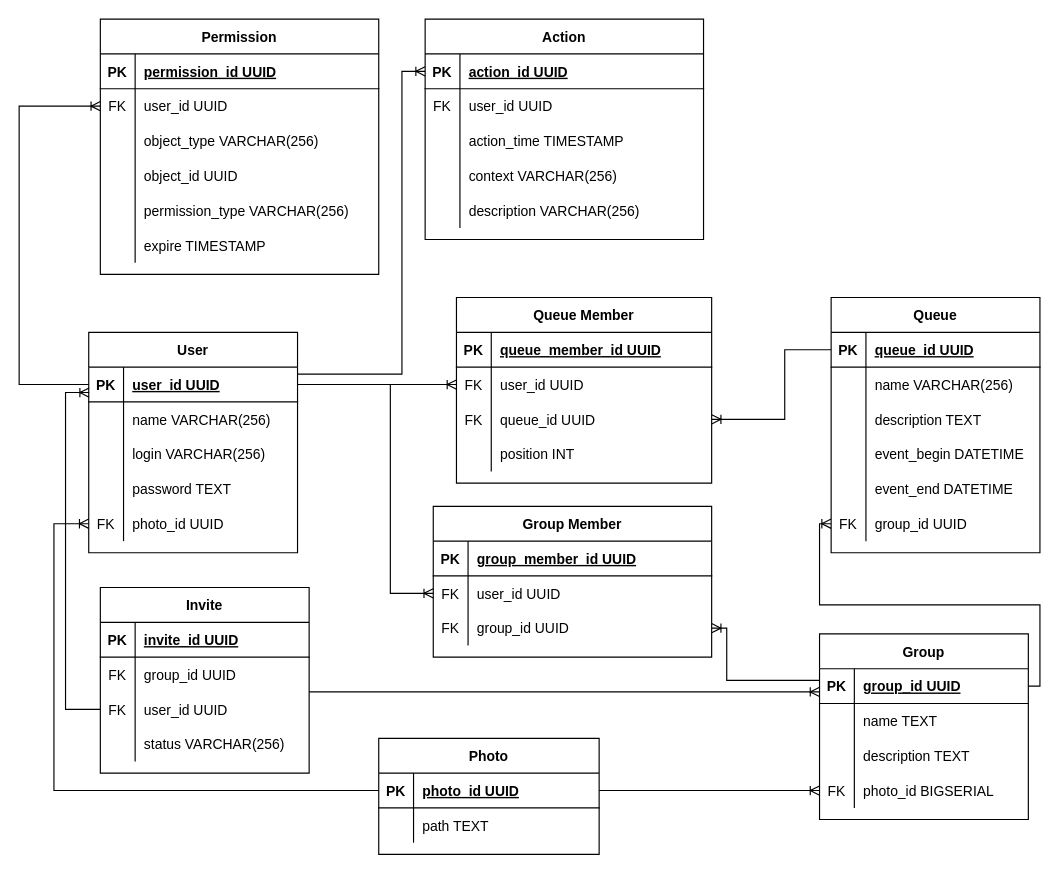
Above: spring/docs/diagrams/quendless_db.drawio in toiepp/quendless (draw.io), before the change. Source tidied: cells renumbered, new cells numbered last; positions are measured from the earlier drawing's top-left corner, leaving out a move shared by most shapes. Both pictures are drawn from the tidied source at 116%, with x=0, y=0 at pixel (19, 19).
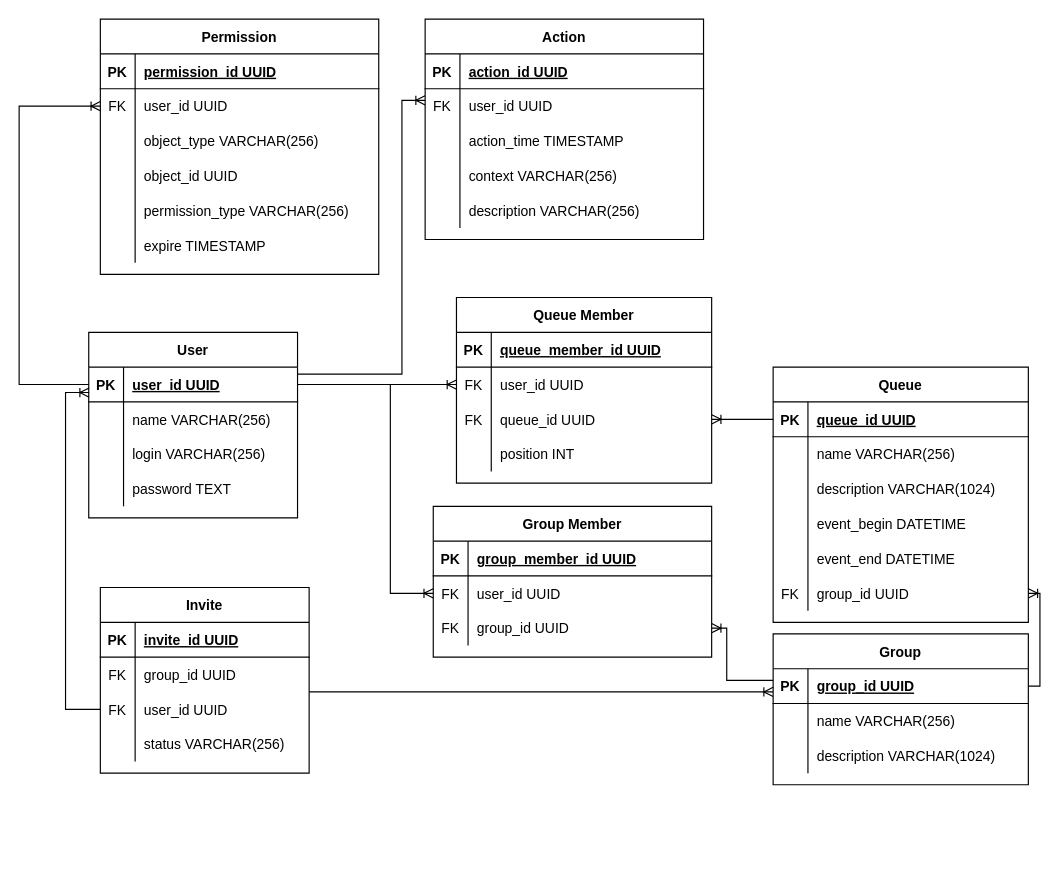
The same diagram, later.

Commit message (it also covers changes not shown here):
Выпилены Admin и Photo. Начало ревизии контроллеров

The change refers to these unchanged cells:
```xml
<mxCell id="3" style="shape=tableRow;horizontal=0;startSize=0;swimlaneHead=0;swimlaneBody=0;fillColor=none;points=[[0,0.5],[1,0.5]];portConstraint=eastwest;top=0;left=0;right=0;bottom=1;" parent="2" vertex="1">
  <mxGeometry y="30" width="180" height="30" as="geometry" />
</mxCell>
<mxCell id="67" style="shape=tableRow;horizontal=0;startSize=0;swimlaneHead=0;swimlaneBody=0;fillColor=none;points=[[0,0.5],[1,0.5]];portConstraint=eastwest;top=0;left=0;right=0;bottom=0;" parent="60" vertex="1">
  <mxGeometry y="90" width="220" height="30" as="geometry" />
</mxCell>
<mxCell id="123" style="shape=tableRow;horizontal=0;startSize=0;swimlaneHead=0;swimlaneBody=0;fillColor=none;points=[[0,0.5],[1,0.5]];portConstraint=eastwest;top=0;left=0;right=0;bottom=1;" parent="122" vertex="1">
  <mxGeometry y="30" width="240" height="30" as="geometry" />
</mxCell>
<mxCell id="126" style="shape=tableRow;horizontal=0;startSize=0;swimlaneHead=0;swimlaneBody=0;fillColor=none;points=[[0,0.5],[1,0.5]];portConstraint=eastwest;top=0;left=0;right=0;bottom=0;" parent="122" vertex="1">
  <mxGeometry y="60" width="240" height="30" as="geometry" />
</mxCell>
```

What changed in the source:
```diff
@@
     <mxCell id="2" value="User" style="shape=table;startSize=30;childLayout=tableLayout;rowLines=0;fontStyle=1;align=center;" parent="1" vertex="1">
-      <mxGeometry x="60" y="270" width="180" height="190" as="geometry" />
+      <mxGeometry x="60" y="270" width="180" height="160" as="geometry" />
     </mxCell>
@@
-    <mxCell id="15" style="shape=tableRow;horizontal=0;startSize=0;swimlaneHead=0;swimlaneBody=0;fillColor=none;points=[[0,0.5],[1,0.5]];portConstraint=eastwest;top=0;left=0;right=0;bottom=0;" parent="2" vertex="1">
-      <mxGeometry y="150" width="180" height="30" as="geometry" />
-    </mxCell>
-    <mxCell id="16" value="FK" style="shape=partialRectangle;fillColor=none;top=0;left=0;bottom=0;right=0;overflow=hidden;" parent="15" vertex="1">
-      <mxGeometry width="30" height="30" as="geometry" />
-    </mxCell>
-    <mxCell id="17" value="photo_id UUID" style="shape=partialRectangle;fillColor=none;top=0;left=0;bottom=0;right=0;align=left;spacingLeft=6;overflow=hidden;" parent="15" vertex="1">
-      <mxGeometry x="30" width="150" height="30" as="geometry" />
-    </mxCell>
     <mxCell id="18" value="Group" style="shape=table;startSize=30;childLayout=tableLayout;rowLines=0;fontStyle=1;align=center;" parent="1" vertex="1">
-      <mxGeometry x="690" y="530" width="180" height="160" as="geometry" />
+      <mxGeometry x="650" y="530" width="220" height="130" as="geometry" />
     </mxCell>
     <mxCell id="19" style="shape=tableRow;horizontal=0;startSize=0;swimlaneHead=0;swimlaneBody=0;fillColor=none;points=[[0,0.5],[1,0.5]];portConstraint=eastwest;top=0;left=0;right=0;bottom=1;" parent="18" vertex="1">
-      <mxGeometry y="30" width="180" height="30" as="geometry" />
+      <mxGeometry y="30" width="220" height="30" as="geometry" />
     </mxCell>
@@
     <mxCell id="21" value="group_id UUID" style="shape=partialRectangle;fillColor=none;top=0;left=0;bottom=0;right=0;align=left;spacingLeft=6;fontStyle=5;overflow=hidden;" parent="19" vertex="1">
-      <mxGeometry x="30" width="150" height="30" as="geometry" />
+      <mxGeometry x="30" width="190" height="30" as="geometry" />
     </mxCell>
     <mxCell id="22" style="shape=tableRow;horizontal=0;startSize=0;swimlaneHead=0;swimlaneBody=0;fillColor=none;top=0;left=0;right=0;bottom=0;" parent="18" vertex="1">
-      <mxGeometry y="60" width="180" height="30" as="geometry" />
+      <mxGeometry y="60" width="220" height="30" as="geometry" />
     </mxCell>
@@
-    <mxCell id="24" value="name TEXT" style="shape=partialRectangle;fillColor=none;top=0;left=0;bottom=0;right=0;align=left;spacingLeft=6;overflow=hidden;" parent="22" vertex="1">
-      <mxGeometry x="30" width="150" height="30" as="geometry" />
+    <mxCell id="24" value="name VARCHAR(256)" style="shape=partialRectangle;fillColor=none;top=0;left=0;bottom=0;right=0;align=left;spacingLeft=6;overflow=hidden;" parent="22" vertex="1">
+      <mxGeometry x="30" width="190" height="30" as="geometry" />
     </mxCell>
     <mxCell id="25" style="shape=tableRow;horizontal=0;startSize=0;swimlaneHead=0;swimlaneBody=0;fillColor=none;top=0;left=0;right=0;bottom=0;" parent="18" vertex="1">
-      <mxGeometry y="90" width="180" height="30" as="geometry" />
+      <mxGeometry y="90" width="220" height="30" as="geometry" />
     </mxCell>
@@
-    <mxCell id="27" value="description TEXT" style="shape=partialRectangle;fillColor=none;top=0;left=0;bottom=0;right=0;align=left;spacingLeft=6;overflow=hidden;" parent="25" vertex="1">
-      <mxGeometry x="30" width="150" height="30" as="geometry" />
+    <mxCell id="27" value="description VARCHAR(1024)" style="shape=partialRectangle;fillColor=none;top=0;left=0;bottom=0;right=0;align=left;spacingLeft=6;overflow=hidden;" parent="25" vertex="1">
+      <mxGeometry x="30" width="190" height="30" as="geometry" />
     </mxCell>
-    <mxCell id="28" style="shape=tableRow;horizontal=0;startSize=0;swimlaneHead=0;swimlaneBody=0;fillColor=none;points=[[0,0.5],[1,0.5]];portConstraint=eastwest;top=0;left=0;right=0;bottom=0;" parent="18" vertex="1">
-      <mxGeometry y="120" width="180" height="30" as="geometry" />
-    </mxCell>
-    <mxCell id="29" value="FK" style="shape=partialRectangle;fillColor=none;top=0;left=0;bottom=0;right=0;overflow=hidden;" parent="28" vertex="1">
-      <mxGeometry width="30" height="30" as="geometry" />
-    </mxCell>
-    <mxCell id="30" value="photo_id BIGSERIAL" style="shape=partialRectangle;fillColor=none;top=0;left=0;bottom=0;right=0;align=left;spacingLeft=6;overflow=hidden;" parent="28" vertex="1">
-      <mxGeometry x="30" width="150" height="30" as="geometry" />
-    </mxCell>
@@
     <mxCell id="41" value="Queue" style="shape=table;startSize=30;childLayout=tableLayout;rowLines=0;fontStyle=1;align=center;" parent="1" vertex="1">
-      <mxGeometry x="700" y="240" width="180" height="220" as="geometry" />
+      <mxGeometry x="650" y="300" width="220" height="220" as="geometry" />
     </mxCell>
     <mxCell id="42" style="shape=tableRow;horizontal=0;startSize=0;swimlaneHead=0;swimlaneBody=0;fillColor=none;points=[[0,0.5],[1,0.5]];portConstraint=eastwest;top=0;left=0;right=0;bottom=1;" parent="41" vertex="1">
-      <mxGeometry y="30" width="180" height="30" as="geometry" />
+      <mxGeometry y="30" width="220" height="30" as="geometry" />
     </mxCell>
@@
     <mxCell id="44" value="queue_id UUID" style="shape=partialRectangle;fillColor=none;top=0;left=0;bottom=0;right=0;align=left;spacingLeft=6;fontStyle=5;overflow=hidden;" parent="42" vertex="1">
-      <mxGeometry x="30" width="150" height="30" as="geometry" />
+      <mxGeometry x="30" width="190" height="30" as="geometry" />
     </mxCell>
     <mxCell id="45" style="shape=tableRow;horizontal=0;startSize=0;swimlaneHead=0;swimlaneBody=0;fillColor=none;top=0;left=0;right=0;bottom=0;" parent="41" vertex="1">
-      <mxGeometry y="60" width="180" height="30" as="geometry" />
+      <mxGeometry y="60" width="220" height="30" as="geometry" />
     </mxCell>
@@
     <mxCell id="47" value="name VARCHAR(256)" style="shape=partialRectangle;fillColor=none;top=0;left=0;bottom=0;right=0;align=left;spacingLeft=6;overflow=hidden;" parent="45" vertex="1">
-      <mxGeometry x="30" width="150" height="30" as="geometry" />
+      <mxGeometry x="30" width="190" height="30" as="geometry" />
     </mxCell>
     <mxCell id="48" style="shape=tableRow;horizontal=0;startSize=0;swimlaneHead=0;swimlaneBody=0;fillColor=none;top=0;left=0;right=0;bottom=0;" parent="41" vertex="1">
-      <mxGeometry y="90" width="180" height="30" as="geometry" />
+      <mxGeometry y="90" width="220" height="30" as="geometry" />
     </mxCell>
@@
-    <mxCell id="50" value="description TEXT" style="shape=partialRectangle;fillColor=none;top=0;left=0;bottom=0;right=0;align=left;spacingLeft=6;overflow=hidden;" parent="48" vertex="1">
-      <mxGeometry x="30" width="150" height="30" as="geometry" />
+    <mxCell id="50" value="description VARCHAR(1024)" style="shape=partialRectangle;fillColor=none;top=0;left=0;bottom=0;right=0;align=left;spacingLeft=6;overflow=hidden;" parent="48" vertex="1">
+      <mxGeometry x="30" width="190" height="30" as="geometry" />
     </mxCell>
     <mxCell id="51" style="shape=tableRow;horizontal=0;startSize=0;swimlaneHead=0;swimlaneBody=0;fillColor=none;top=0;left=0;right=0;bottom=0;" parent="41" vertex="1">
-      <mxGeometry y="120" width="180" height="30" as="geometry" />
+      <mxGeometry y="120" width="220" height="30" as="geometry" />
     </mxCell>
@@
     <mxCell id="53" value="event_begin DATETIME" style="shape=partialRectangle;fillColor=none;top=0;left=0;bottom=0;right=0;align=left;spacingLeft=6;overflow=hidden;" parent="51" vertex="1">
-      <mxGeometry x="30" width="150" height="30" as="geometry" />
+      <mxGeometry x="30" width="190" height="30" as="geometry" />
     </mxCell>
     <mxCell id="54" style="shape=tableRow;horizontal=0;startSize=0;swimlaneHead=0;swimlaneBody=0;fillColor=none;top=0;left=0;right=0;bottom=0;" parent="41" vertex="1">
-      <mxGeometry y="150" width="180" height="30" as="geometry" />
+      <mxGeometry y="150" width="220" height="30" as="geometry" />
     </mxCell>
@@
     <mxCell id="56" value="event_end DATETIME" style="shape=partialRectangle;fillColor=none;top=0;left=0;bottom=0;right=0;align=left;spacingLeft=6;overflow=hidden;" parent="54" vertex="1">
-      <mxGeometry x="30" width="150" height="30" as="geometry" />
+      <mxGeometry x="30" width="190" height="30" as="geometry" />
     </mxCell>
     <mxCell id="57" style="shape=tableRow;horizontal=0;startSize=0;swimlaneHead=0;swimlaneBody=0;fillColor=none;points=[[0,0.5],[1,0.5]];portConstraint=eastwest;top=0;left=0;right=0;bottom=0;" parent="41" vertex="1">
-      <mxGeometry y="180" width="180" height="30" as="geometry" />
+      <mxGeometry y="180" width="220" height="30" as="geometry" />
     </mxCell>
@@
     <mxCell id="59" value="group_id UUID" style="shape=partialRectangle;fillColor=none;top=0;left=0;bottom=0;right=0;align=left;spacingLeft=6;overflow=hidden;" parent="57" vertex="1">
-      <mxGeometry x="30" width="150" height="30" as="geometry" />
+      <mxGeometry x="30" width="190" height="30" as="geometry" />
     </mxCell>
@@
-    <mxCell id="73" value="Photo" style="shape=table;startSize=30;childLayout=tableLayout;rowLines=0;fontStyle=1;align=center;" parent="1" vertex="1">
-      <mxGeometry x="310" y="620" width="190" height="100" as="geometry" />
-    </mxCell>
-    <mxCell id="74" style="shape=tableRow;horizontal=0;startSize=0;swimlaneHead=0;swimlaneBody=0;fillColor=none;points=[[0,0.5],[1,0.5]];portConstraint=eastwest;top=0;left=0;right=0;bottom=1;" parent="73" vertex="1">
-      <mxGeometry y="30" width="190" height="30" as="geometry" />
-    </mxCell>
-    <mxCell id="75" value="PK" style="shape=partialRectangle;fillColor=none;top=0;left=0;bottom=0;right=0;fontStyle=1;overflow=hidden;" parent="74" vertex="1">
-      <mxGeometry width="30" height="30" as="geometry" />
-    </mxCell>
-    <mxCell id="76" value="photo_id UUID" style="shape=partialRectangle;fillColor=none;top=0;left=0;bottom=0;right=0;align=left;spacingLeft=6;fontStyle=5;overflow=hidden;" parent="74" vertex="1">
-      <mxGeometry x="30" width="160" height="30" as="geometry" />
-    </mxCell>
-    <mxCell id="77" style="shape=tableRow;horizontal=0;startSize=0;swimlaneHead=0;swimlaneBody=0;fillColor=none;top=0;left=0;right=0;bottom=0;" parent="73" vertex="1">
-      <mxGeometry y="60" width="190" height="30" as="geometry" />
-    </mxCell>
-    <mxCell id="78" style="shape=partialRectangle;fillColor=none;top=0;left=0;bottom=0;right=0;overflow=hidden;" parent="77" vertex="1">
-      <mxGeometry width="30" height="30" as="geometry" />
-    </mxCell>
-    <mxCell id="79" value="path TEXT" style="shape=partialRectangle;fillColor=none;top=0;left=0;bottom=0;right=0;align=left;spacingLeft=6;overflow=hidden;" parent="77" vertex="1">
-      <mxGeometry x="30" width="160" height="30" as="geometry" />
-    </mxCell>
-    <mxCell id="80" style="edgeStyle=orthogonalEdgeStyle;fontSize=12;html=1;endArrow=ERoneToMany;startArrow=none;rounded=0;exitX=0;exitY=0.5;exitDx=0;exitDy=0;entryX=0;entryY=0.5;entryDx=0;entryDy=0;startFill=0;endFill=0;" parent="1" edge="1" source="74" target="15">
-      <mxGeometry relative="1" as="geometry">
-        <Array as="points">
-          <mxPoint x="30" y="665" />
-          <mxPoint x="30" y="435" />
-        </Array>
-      </mxGeometry>
-    </mxCell>
-    <mxCell id="81" style="edgeStyle=orthogonalEdgeStyle;fontSize=12;html=1;endArrow=none;startArrow=ERoneToMany;rounded=0;exitX=0;exitY=0.5;exitDx=0;exitDy=0;startFill=0;endFill=0;" parent="1" edge="1" source="28" target="74">
-      <mxGeometry relative="1" as="geometry">
-        <Array as="points">
-          <mxPoint x="510" y="665" />
-          <mxPoint x="510" y="665" />
-        </Array>
-      </mxGeometry>
-    </mxCell>
-    <mxCell id="82" style="edgeStyle=orthogonalEdgeStyle;fontSize=12;html=1;endArrow=ERoneToMany;rounded=0;" parent="1" edge="1" source="19" target="57">
+    <mxCell id="82" style="edgeStyle=orthogonalEdgeStyle;fontSize=12;html=1;endArrow=ERoneToMany;rounded=0;entryX=1;entryY=0.5;entryDx=0;entryDy=0;exitX=1;exitY=0.5;exitDx=0;exitDy=0;" parent="1" edge="1" source="19" target="57">
       <mxGeometry relative="1" as="geometry" />
     </mxCell>
     <mxCell id="83" style="edgeStyle=orthogonalEdgeStyle;fontSize=12;html=1;endArrow=ERoneToMany;rounded=0;" parent="1" edge="1" source="42" target="67">
       <mxGeometry relative="1" as="geometry">
         <Array as="points">
-          <mxPoint x="660" y="285" />
-          <mxPoint x="660" y="345" />
+          <mxPoint x="670" y="345" />
+          <mxPoint x="670" y="345" />
         </Array>
       </mxGeometry>
     </mxCell>
@@
-    <mxCell id="138" style="edgeStyle=orthogonalEdgeStyle;fontSize=12;html=1;endArrow=ERoneToMany;rounded=0;exitX=0.998;exitY=0.201;exitDx=0;exitDy=0;exitPerimeter=0;" parent="1" edge="1" source="3" target="123">
+    <mxCell id="138" style="edgeStyle=orthogonalEdgeStyle;fontSize=12;html=1;endArrow=ERoneToMany;rounded=0;exitX=0.998;exitY=0.201;exitDx=0;exitDy=0;exitPerimeter=0;" parent="1" edge="1" source="3" target="126">
       <mxGeometry relative="1" as="geometry">
         <Array as="points">
           <mxPoint x="330" y="306" />
-          <mxPoint x="330" y="45" />
+          <mxPoint x="330" y="70" />
         </Array>
       </mxGeometry>
     </mxCell>
```
